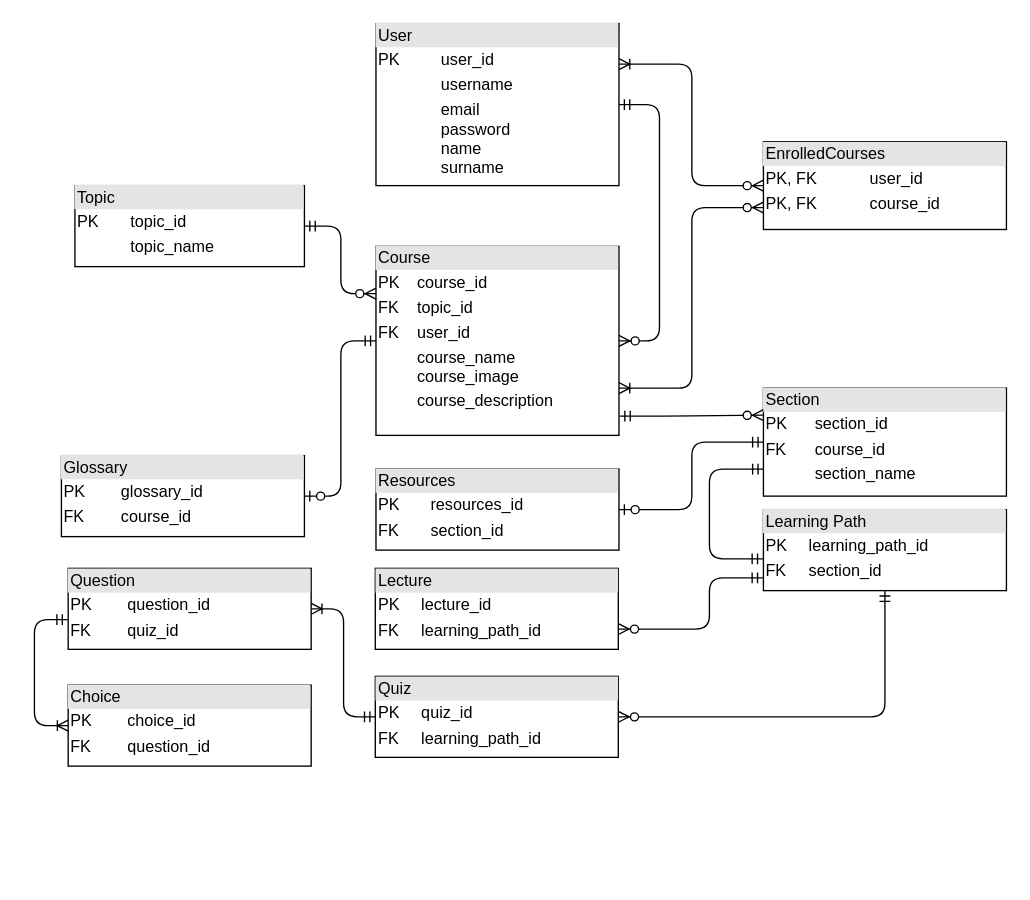
This is images/er.drawio from asiliskender/ocial, a draw.io file, before an edit. Source tidied: cells renumbered, new cells numbered last; positions are measured from the earlier drawing's top-left corner, leaving out a move shared by most shapes. Both pictures are drawn from the tidied source at 135%, with x=0, y=0 at pixel (34, 23).
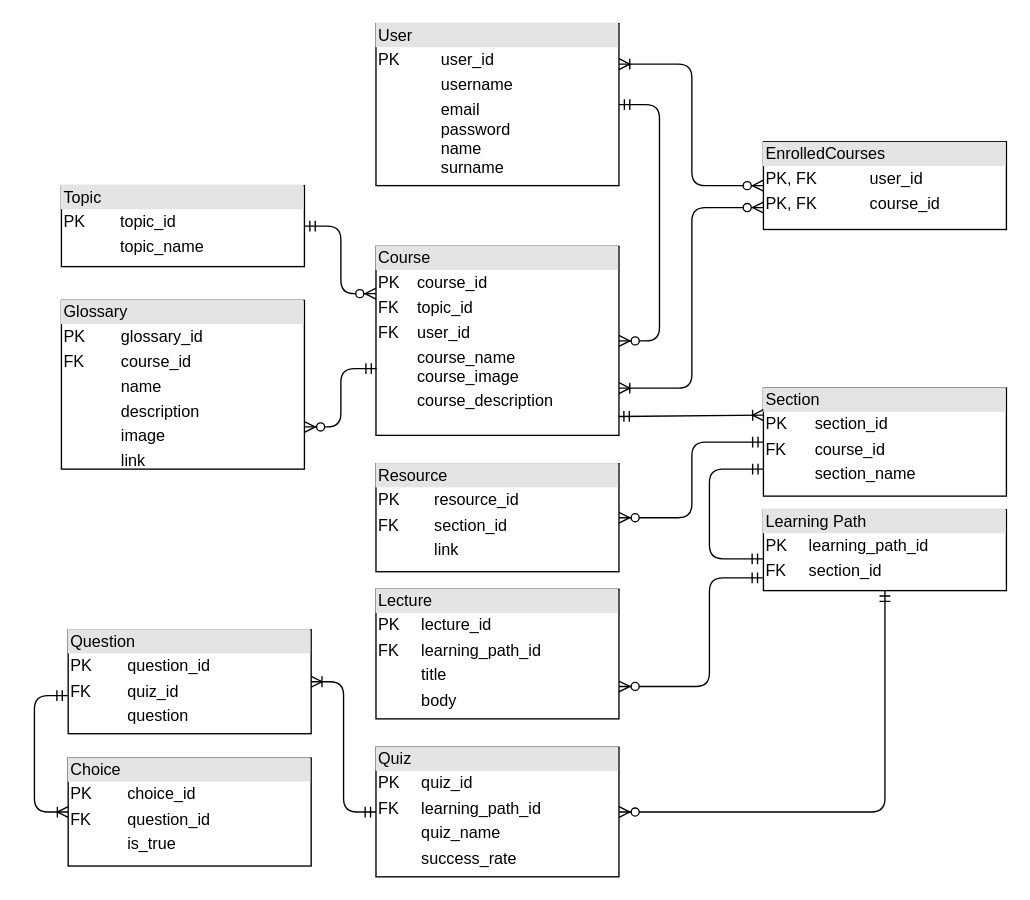
The same diagram, later.

The change refers to these unchanged cells:
```xml
<mxCell id="4" value="&lt;div style=&quot;box-sizing: border-box ; width: 100% ; background: #e4e4e4 ; padding: 2px&quot;&gt;Course&lt;/div&gt;&lt;table style=&quot;width: 100% ; font-size: 1em&quot; cellpadding=&quot;2&quot; cellspacing=&quot;0&quot;&gt;&lt;tbody&gt;&lt;tr&gt;&lt;td&gt;PK&lt;/td&gt;&lt;td&gt;course_id&lt;/td&gt;&lt;/tr&gt;&lt;tr&gt;&lt;td&gt;FK&lt;/td&gt;&lt;td&gt;topic_id&lt;/td&gt;&lt;/tr&gt;&lt;tr&gt;&lt;td&gt;FK&lt;/td&gt;&lt;td&gt;user_id&lt;/td&gt;&lt;/tr&gt;&lt;tr&gt;&lt;td&gt;&lt;/td&gt;&lt;td&gt;course_name&lt;br&gt;course_image&lt;br&gt;&lt;/td&gt;&lt;/tr&gt;&lt;tr&gt;&lt;td&gt;&lt;br&gt;&lt;/td&gt;&lt;td&gt;course_description&lt;br&gt;&lt;br&gt;&lt;/td&gt;&lt;/tr&gt;&lt;/tbody&gt;&lt;/table&gt;" style="verticalAlign=top;align=left;overflow=fill;html=1;" parent="1" vertex="1">
  <mxGeometry x="253" y="165" width="180" height="140" as="geometry" />
</mxCell>
<mxCell id="11" value="&lt;div style=&quot;box-sizing: border-box ; width: 100% ; background: #e4e4e4 ; padding: 2px&quot;&gt;Section&lt;/div&gt;&lt;table style=&quot;width: 100% ; font-size: 1em&quot; cellpadding=&quot;2&quot; cellspacing=&quot;0&quot;&gt;&lt;tbody&gt;&lt;tr&gt;&lt;td&gt;PK&lt;/td&gt;&lt;td&gt;section_id&lt;/td&gt;&lt;/tr&gt;&lt;tr&gt;&lt;td&gt;FK&lt;/td&gt;&lt;td&gt;course_id&lt;/td&gt;&lt;/tr&gt;&lt;tr&gt;&lt;td&gt;&lt;br&gt;&lt;/td&gt;&lt;td&gt;section_name&lt;/td&gt;&lt;/tr&gt;&lt;/tbody&gt;&lt;/table&gt;" style="verticalAlign=top;align=left;overflow=fill;html=1;" parent="1" vertex="1">
  <mxGeometry x="540" y="270" width="180" height="80" as="geometry" />
</mxCell>
```

Diff of the diagram source:
```diff
@@
     <mxCell id="3" value="&lt;div style=&quot;box-sizing: border-box ; width: 100% ; background: #e4e4e4 ; padding: 2px&quot;&gt;Topic&lt;/div&gt;&lt;table style=&quot;width: 100% ; font-size: 1em&quot; cellpadding=&quot;2&quot; cellspacing=&quot;0&quot;&gt;&lt;tbody&gt;&lt;tr&gt;&lt;td&gt;PK&lt;/td&gt;&lt;td&gt;topic_id&lt;/td&gt;&lt;/tr&gt;&lt;tr&gt;&lt;td&gt;&lt;br&gt;&lt;/td&gt;&lt;td&gt;topic_name&lt;/td&gt;&lt;/tr&gt;&lt;tr&gt;&lt;td&gt;&lt;/td&gt;&lt;td&gt;&lt;br&gt;&lt;/td&gt;&lt;/tr&gt;&lt;/tbody&gt;&lt;/table&gt;" style="verticalAlign=top;align=left;overflow=fill;html=1;" parent="1" vertex="1">
-      <mxGeometry x="30" y="120" width="170" height="60" as="geometry" />
+      <mxGeometry x="20" y="120" width="180" height="60" as="geometry" />
     </mxCell>
@@
-    <mxCell id="10" value="&lt;div style=&quot;box-sizing: border-box ; width: 100% ; background: #e4e4e4 ; padding: 2px&quot;&gt;Glossary&lt;/div&gt;&lt;table style=&quot;width: 100% ; font-size: 1em&quot; cellpadding=&quot;2&quot; cellspacing=&quot;0&quot;&gt;&lt;tbody&gt;&lt;tr&gt;&lt;td&gt;PK&lt;/td&gt;&lt;td&gt;glossary_id&lt;/td&gt;&lt;/tr&gt;&lt;tr&gt;&lt;td&gt;FK&lt;/td&gt;&lt;td&gt;course_id&lt;/td&gt;&lt;/tr&gt;&lt;tr&gt;&lt;td&gt;&lt;/td&gt;&lt;td&gt;&lt;/td&gt;&lt;/tr&gt;&lt;/tbody&gt;&lt;/table&gt;&lt;br&gt;" style="verticalAlign=top;align=left;overflow=fill;html=1;" parent="1" vertex="1">
-      <mxGeometry x="20" y="320" width="180" height="60" as="geometry" />
+    <mxCell id="10" value="&lt;div style=&quot;box-sizing: border-box ; width: 100% ; background: #e4e4e4 ; padding: 2px&quot;&gt;Glossary&lt;/div&gt;&lt;table style=&quot;width: 100% ; font-size: 1em&quot; cellpadding=&quot;2&quot; cellspacing=&quot;0&quot;&gt;&lt;tbody&gt;&lt;tr&gt;&lt;td&gt;PK&lt;/td&gt;&lt;td&gt;glossary_id&lt;/td&gt;&lt;/tr&gt;&lt;tr&gt;&lt;td&gt;FK&lt;/td&gt;&lt;td&gt;course_id&lt;/td&gt;&lt;/tr&gt;&lt;tr&gt;&lt;td&gt;&lt;/td&gt;&lt;td&gt;name&lt;/td&gt;&lt;/tr&gt;&lt;tr&gt;&lt;td&gt;&lt;br&gt;&lt;/td&gt;&lt;td&gt;description&lt;/td&gt;&lt;/tr&gt;&lt;tr&gt;&lt;td&gt;&lt;br&gt;&lt;/td&gt;&lt;td&gt;image&lt;/td&gt;&lt;/tr&gt;&lt;tr&gt;&lt;td&gt;&lt;br&gt;&lt;/td&gt;&lt;td&gt;link&lt;/td&gt;&lt;/tr&gt;&lt;/tbody&gt;&lt;/table&gt;&lt;br&gt;" style="verticalAlign=top;align=left;overflow=fill;html=1;" parent="1" vertex="1">
+      <mxGeometry x="20" y="205" width="180" height="125" as="geometry" />
     </mxCell>
@@
-    <mxCell id="12" style="edgeStyle=elbowEdgeStyle;fontSize=12;html=1;endArrow=ERzeroToMany;startArrow=ERmandOne;exitX=1.002;exitY=0.898;exitDx=0;exitDy=0;entryX=0;entryY=0.25;entryDx=0;entryDy=0;exitPerimeter=0;" parent="1" edge="1" source="4" target="11">
-      <mxGeometry relative="1" as="geometry">
-        <Array as="points">
-          <mxPoint x="477" y="320" />
-        </Array>
-      </mxGeometry>
-    </mxCell>
-    <mxCell id="13" style="edgeStyle=elbowEdgeStyle;fontSize=12;html=1;endArrow=ERzeroToOne;startArrow=ERmandOne;" parent="1" edge="1" source="4" target="10">
-      <mxGeometry relative="1" as="geometry" />
-    </mxCell>
-    <mxCell id="14" value="&lt;div style=&quot;box-sizing: border-box ; width: 100% ; background: #e4e4e4 ; padding: 2px&quot;&gt;Resources&lt;/div&gt;&lt;table style=&quot;width: 100% ; font-size: 1em&quot; cellpadding=&quot;2&quot; cellspacing=&quot;0&quot;&gt;&lt;tbody&gt;&lt;tr&gt;&lt;td&gt;PK&lt;/td&gt;&lt;td&gt;resources_id&lt;/td&gt;&lt;/tr&gt;&lt;tr&gt;&lt;td&gt;FK&lt;/td&gt;&lt;td&gt;section_id&lt;/td&gt;&lt;/tr&gt;&lt;tr&gt;&lt;td&gt;&lt;br&gt;&lt;/td&gt;&lt;td&gt;&lt;br&gt;&lt;/td&gt;&lt;/tr&gt;&lt;/tbody&gt;&lt;/table&gt;" style="verticalAlign=top;align=left;overflow=fill;html=1;" parent="1" vertex="1">
-      <mxGeometry x="253" y="330" width="180" height="60" as="geometry" />
+    <mxCell id="14" value="&lt;div style=&quot;box-sizing: border-box ; width: 100% ; background: #e4e4e4 ; padding: 2px&quot;&gt;Resource&lt;/div&gt;&lt;table style=&quot;width: 100% ; font-size: 1em&quot; cellpadding=&quot;2&quot; cellspacing=&quot;0&quot;&gt;&lt;tbody&gt;&lt;tr&gt;&lt;td&gt;PK&lt;/td&gt;&lt;td&gt;resource_id&lt;/td&gt;&lt;/tr&gt;&lt;tr&gt;&lt;td&gt;FK&lt;/td&gt;&lt;td&gt;section_id&lt;/td&gt;&lt;/tr&gt;&lt;tr&gt;&lt;td&gt;&lt;br&gt;&lt;/td&gt;&lt;td&gt;link&lt;/td&gt;&lt;/tr&gt;&lt;tr&gt;&lt;td&gt;&lt;br&gt;&lt;/td&gt;&lt;td&gt;&lt;br&gt;&lt;/td&gt;&lt;/tr&gt;&lt;/tbody&gt;&lt;/table&gt;" style="verticalAlign=top;align=left;overflow=fill;html=1;" parent="1" vertex="1">
+      <mxGeometry x="253" y="326" width="180" height="80" as="geometry" />
     </mxCell>
@@
-    <mxCell id="16" style="edgeStyle=elbowEdgeStyle;fontSize=12;html=1;endArrow=ERzeroToOne;startArrow=ERmandOne;entryX=1;entryY=0.5;entryDx=0;entryDy=0;" parent="1" edge="1" source="11" target="14">
-      <mxGeometry relative="1" as="geometry" />
-    </mxCell>
@@
-    <mxCell id="18" value="&lt;div style=&quot;box-sizing: border-box ; width: 100% ; background: #e4e4e4 ; padding: 2px&quot;&gt;Lecture&lt;/div&gt;&lt;table style=&quot;width: 100% ; font-size: 1em&quot; cellpadding=&quot;2&quot; cellspacing=&quot;0&quot;&gt;&lt;tbody&gt;&lt;tr&gt;&lt;td&gt;PK&lt;/td&gt;&lt;td&gt;lecture_id&lt;/td&gt;&lt;/tr&gt;&lt;tr&gt;&lt;td&gt;FK&lt;/td&gt;&lt;td&gt;learning_path_id&lt;/td&gt;&lt;/tr&gt;&lt;tr&gt;&lt;td&gt;&lt;br&gt;&lt;/td&gt;&lt;td&gt;&lt;br&gt;&lt;/td&gt;&lt;/tr&gt;&lt;/tbody&gt;&lt;/table&gt;" style="verticalAlign=top;align=left;overflow=fill;html=1;" parent="1" vertex="1">
-      <mxGeometry x="252.5" y="403.5" width="180" height="60" as="geometry" />
+    <mxCell id="18" value="&lt;div style=&quot;box-sizing: border-box ; width: 100% ; background: #e4e4e4 ; padding: 2px&quot;&gt;Lecture&lt;/div&gt;&lt;table style=&quot;width: 100% ; font-size: 1em&quot; cellpadding=&quot;2&quot; cellspacing=&quot;0&quot;&gt;&lt;tbody&gt;&lt;tr&gt;&lt;td&gt;PK&lt;/td&gt;&lt;td&gt;lecture_id&lt;/td&gt;&lt;/tr&gt;&lt;tr&gt;&lt;td&gt;FK&lt;/td&gt;&lt;td&gt;learning_path_id&lt;/td&gt;&lt;/tr&gt;&lt;tr&gt;&lt;td&gt;&lt;br&gt;&lt;/td&gt;&lt;td&gt;title&lt;/td&gt;&lt;/tr&gt;&lt;tr&gt;&lt;td&gt;&lt;br&gt;&lt;/td&gt;&lt;td&gt;body&lt;/td&gt;&lt;/tr&gt;&lt;tr&gt;&lt;td&gt;&lt;br&gt;&lt;/td&gt;&lt;td&gt;&lt;br&gt;&lt;/td&gt;&lt;/tr&gt;&lt;/tbody&gt;&lt;/table&gt;" style="verticalAlign=top;align=left;overflow=fill;html=1;" parent="1" vertex="1">
+      <mxGeometry x="253" y="419" width="180" height="96" as="geometry" />
     </mxCell>
-    <mxCell id="19" value="&lt;div style=&quot;box-sizing: border-box ; width: 100% ; background: #e4e4e4 ; padding: 2px&quot;&gt;Quiz&lt;/div&gt;&lt;table style=&quot;width: 100% ; font-size: 1em&quot; cellpadding=&quot;2&quot; cellspacing=&quot;0&quot;&gt;&lt;tbody&gt;&lt;tr&gt;&lt;td&gt;PK&lt;/td&gt;&lt;td&gt;quiz_id&lt;/td&gt;&lt;/tr&gt;&lt;tr&gt;&lt;td&gt;FK&lt;/td&gt;&lt;td&gt;learning_path_id&lt;/td&gt;&lt;/tr&gt;&lt;tr&gt;&lt;td&gt;&lt;br&gt;&lt;/td&gt;&lt;td&gt;&lt;br&gt;&lt;/td&gt;&lt;/tr&gt;&lt;/tbody&gt;&lt;/table&gt;" style="verticalAlign=top;align=left;overflow=fill;html=1;" parent="1" vertex="1">
-      <mxGeometry x="252.5" y="483.5" width="180" height="60" as="geometry" />
+    <mxCell id="19" value="&lt;div style=&quot;box-sizing: border-box ; width: 100% ; background: #e4e4e4 ; padding: 2px&quot;&gt;Quiz&lt;/div&gt;&lt;table style=&quot;width: 100% ; font-size: 1em&quot; cellpadding=&quot;2&quot; cellspacing=&quot;0&quot;&gt;&lt;tbody&gt;&lt;tr&gt;&lt;td&gt;PK&lt;/td&gt;&lt;td&gt;quiz_id&lt;/td&gt;&lt;/tr&gt;&lt;tr&gt;&lt;td&gt;FK&lt;/td&gt;&lt;td&gt;learning_path_id&lt;/td&gt;&lt;/tr&gt;&lt;tr&gt;&lt;td&gt;&lt;br&gt;&lt;/td&gt;&lt;td&gt;quiz_name&lt;/td&gt;&lt;/tr&gt;&lt;tr&gt;&lt;td&gt;&lt;br&gt;&lt;/td&gt;&lt;td&gt;success_rate&lt;/td&gt;&lt;/tr&gt;&lt;/tbody&gt;&lt;/table&gt;&lt;br&gt;" style="verticalAlign=top;align=left;overflow=fill;html=1;" parent="1" vertex="1">
+      <mxGeometry x="253" y="536" width="180" height="96" as="geometry" />
     </mxCell>
@@
-    <mxCell id="22" value="&lt;div style=&quot;box-sizing: border-box ; width: 100% ; background: #e4e4e4 ; padding: 2px&quot;&gt;Question&lt;/div&gt;&lt;table style=&quot;width: 100% ; font-size: 1em&quot; cellpadding=&quot;2&quot; cellspacing=&quot;0&quot;&gt;&lt;tbody&gt;&lt;tr&gt;&lt;td&gt;PK&lt;/td&gt;&lt;td&gt;question_id&lt;/td&gt;&lt;/tr&gt;&lt;tr&gt;&lt;td&gt;FK&lt;/td&gt;&lt;td&gt;quiz_id&lt;/td&gt;&lt;/tr&gt;&lt;tr&gt;&lt;td&gt;&lt;br&gt;&lt;/td&gt;&lt;td&gt;&lt;br&gt;&lt;/td&gt;&lt;/tr&gt;&lt;/tbody&gt;&lt;/table&gt;" style="verticalAlign=top;align=left;overflow=fill;html=1;" parent="1" vertex="1">
-      <mxGeometry x="25" y="403.5" width="180" height="60" as="geometry" />
+    <mxCell id="22" value="&lt;div style=&quot;box-sizing: border-box ; width: 100% ; background: #e4e4e4 ; padding: 2px&quot;&gt;Question&lt;/div&gt;&lt;table style=&quot;width: 100% ; font-size: 1em&quot; cellpadding=&quot;2&quot; cellspacing=&quot;0&quot;&gt;&lt;tbody&gt;&lt;tr&gt;&lt;td&gt;PK&lt;/td&gt;&lt;td&gt;question_id&lt;/td&gt;&lt;/tr&gt;&lt;tr&gt;&lt;td&gt;FK&lt;/td&gt;&lt;td&gt;quiz_id&lt;/td&gt;&lt;/tr&gt;&lt;tr&gt;&lt;td&gt;&lt;br&gt;&lt;/td&gt;&lt;td&gt;question&lt;/td&gt;&lt;/tr&gt;&lt;tr&gt;&lt;td&gt;&lt;br&gt;&lt;/td&gt;&lt;td&gt;&lt;br&gt;&lt;/td&gt;&lt;/tr&gt;&lt;/tbody&gt;&lt;/table&gt;" style="verticalAlign=top;align=left;overflow=fill;html=1;" parent="1" vertex="1">
+      <mxGeometry x="25" y="449" width="180" height="77" as="geometry" />
     </mxCell>
-    <mxCell id="23" value="&lt;div style=&quot;box-sizing: border-box ; width: 100% ; background: #e4e4e4 ; padding: 2px&quot;&gt;Choice&lt;/div&gt;&lt;table style=&quot;width: 100% ; font-size: 1em&quot; cellpadding=&quot;2&quot; cellspacing=&quot;0&quot;&gt;&lt;tbody&gt;&lt;tr&gt;&lt;td&gt;PK&lt;/td&gt;&lt;td&gt;choice_id&lt;/td&gt;&lt;/tr&gt;&lt;tr&gt;&lt;td&gt;FK&lt;/td&gt;&lt;td&gt;question_id&lt;/td&gt;&lt;/tr&gt;&lt;tr&gt;&lt;td&gt;&lt;br&gt;&lt;/td&gt;&lt;td&gt;&lt;br&gt;&lt;/td&gt;&lt;/tr&gt;&lt;/tbody&gt;&lt;/table&gt;" style="verticalAlign=top;align=left;overflow=fill;html=1;" parent="1" vertex="1">
-      <mxGeometry x="25" y="490" width="180" height="60" as="geometry" />
+    <mxCell id="23" value="&lt;div style=&quot;box-sizing: border-box ; width: 100% ; background: #e4e4e4 ; padding: 2px&quot;&gt;Choice&lt;/div&gt;&lt;table style=&quot;width: 100% ; font-size: 1em&quot; cellpadding=&quot;2&quot; cellspacing=&quot;0&quot;&gt;&lt;tbody&gt;&lt;tr&gt;&lt;td&gt;PK&lt;/td&gt;&lt;td&gt;choice_id&lt;/td&gt;&lt;/tr&gt;&lt;tr&gt;&lt;td&gt;FK&lt;/td&gt;&lt;td&gt;question_id&lt;/td&gt;&lt;/tr&gt;&lt;tr&gt;&lt;td&gt;&lt;br&gt;&lt;/td&gt;&lt;td&gt;is_true&lt;/td&gt;&lt;/tr&gt;&lt;tr&gt;&lt;td&gt;&lt;br&gt;&lt;/td&gt;&lt;td&gt;&lt;br&gt;&lt;/td&gt;&lt;/tr&gt;&lt;/tbody&gt;&lt;/table&gt;" style="verticalAlign=top;align=left;overflow=fill;html=1;gradientColor=none;strokeColor=#000000;" parent="1" vertex="1">
+      <mxGeometry x="25" y="544" width="180" height="80" as="geometry" />
     </mxCell>
@@
+    <mxCell id="16" style="edgeStyle=elbowEdgeStyle;fontSize=12;html=1;endArrow=ERzeroToMany;startArrow=ERmandOne;exitX=0;exitY=0.5;exitDx=0;exitDy=0;entryX=1;entryY=0.5;entryDx=0;entryDy=0;" parent="1" edge="1" source="11" target="14">
+      <mxGeometry relative="1" as="geometry" />
+    </mxCell>
+    <mxCell id="12" style="fontSize=12;html=1;endArrow=ERoneToMany;startArrow=ERmandOne;entryX=0;entryY=0.25;entryDx=0;entryDy=0;exitX=0.998;exitY=0.9;exitDx=0;exitDy=0;exitPerimeter=0;" parent="1" edge="1" source="4" target="11">
+      <mxGeometry relative="1" as="geometry" />
+    </mxCell>
+    <mxCell id="13" style="edgeStyle=elbowEdgeStyle;fontSize=12;html=1;endArrow=ERzeroToMany;startArrow=ERmandOne;exitX=0.003;exitY=0.647;exitDx=0;exitDy=0;entryX=1;entryY=0.75;entryDx=0;entryDy=0;exitPerimeter=0;" parent="1" edge="1" source="4" target="10">
+      <mxGeometry relative="1" as="geometry" />
+    </mxCell>
```
